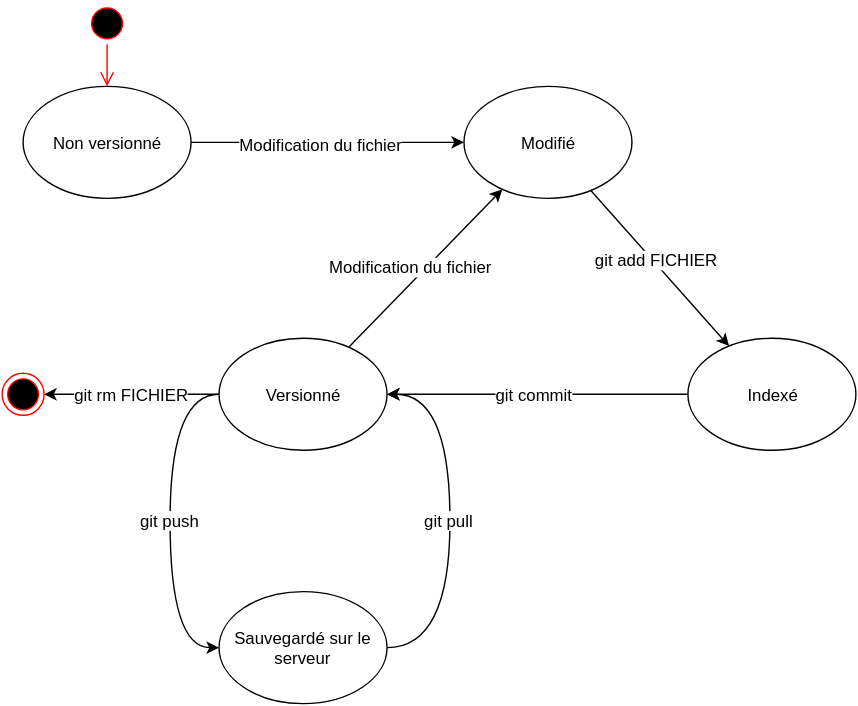
Earlier version of the draw.io export img/diagramme-etat-fichier.svg (SteeveDroz/tuto-git). Source tidied: cells renumbered, new cells last; positions are measured from the earlier drawing's top-left corner, leaving out a move shared by most shapes. Source of this version:
```xml
<mxGraphModel background="#ffffff">
  <root>
    <mxCell id="0" />
    <mxCell id="1" parent="0" />
    <mxCell id="2" style="ellipse;html=1;shape=startState;fillColor=#000000;strokeColor=#ff0000;" parent="1" vertex="1">
      <mxGeometry x="60" width="30" height="30" as="geometry" />
    </mxCell>
    <mxCell id="3" style="edgeStyle=orthogonalEdgeStyle;html=1;verticalAlign=bottom;endArrow=open;endSize=8;strokeColor=#ff0000;" parent="1" edge="1" source="2" target="6">
      <mxGeometry relative="1" as="geometry" />
    </mxCell>
    <mxCell id="4" style="edgeStyle=none;rounded=0;html=1;jettySize=auto;" parent="1" edge="1" source="6" target="9">
      <mxGeometry relative="1" as="geometry" />
    </mxCell>
    <mxCell id="5" value="Modification du fichier&lt;br&gt;" style="text;html=1;align=center;verticalAlign=middle;labelBackgroundColor=#ffffff;" parent="4" vertex="1">
      <mxGeometry x="-0.03" y="-1" relative="1" as="geometry" />
    </mxCell>
    <mxCell id="6" value="Non versionné&lt;br&gt;" style="ellipse;whiteSpace=wrap;html=1;" parent="1" vertex="1">
      <mxGeometry x="15" y="60" width="120" height="80" as="geometry" />
    </mxCell>
    <mxCell id="7" style="edgeStyle=none;rounded=0;html=1;jettySize=auto;" parent="1" edge="1" source="9" target="11">
      <mxGeometry relative="1" as="geometry" />
    </mxCell>
    <mxCell id="8" value="git add FICHIER&lt;br&gt;" style="text;html=1;align=center;verticalAlign=middle;labelBackgroundColor=#ffffff;" parent="7" vertex="1">
      <mxGeometry x="-0.09" y="2" relative="1" as="geometry" />
    </mxCell>
    <mxCell id="9" value="Modifié" style="ellipse;whiteSpace=wrap;html=1;" parent="1" vertex="1">
      <mxGeometry x="330" y="60" width="120" height="80" as="geometry" />
    </mxCell>
    <mxCell id="10" value="&lt;font style=&quot;font-size: 12px&quot;&gt;git commit&lt;br&gt;&lt;/font&gt;" style="edgeStyle=none;rounded=0;html=1;jettySize=auto;" parent="1" edge="1" source="11" target="16">
      <mxGeometry x="0.02" relative="1" as="geometry" />
    </mxCell>
    <mxCell id="11" value="Indexé" style="ellipse;whiteSpace=wrap;html=1;" parent="1" vertex="1">
      <mxGeometry x="490" y="240" width="120" height="80" as="geometry" />
    </mxCell>
    <mxCell id="12" style="edgeStyle=none;rounded=0;html=1;jettySize=auto;" parent="1" edge="1" source="16" target="9">
      <mxGeometry relative="1" as="geometry" />
    </mxCell>
    <mxCell id="13" value="Modification du fichier&lt;br&gt;" style="text;html=1;align=center;verticalAlign=middle;labelBackgroundColor=#ffffff;" parent="12" vertex="1">
      <mxGeometry x="0.26" relative="1" as="geometry">
        <mxPoint x="-24" y="13" as="offset" />
      </mxGeometry>
    </mxCell>
    <mxCell id="14" value="&lt;font style=&quot;font-size: 12px&quot;&gt;git push&lt;br&gt;&lt;/font&gt;" style="edgeStyle=orthogonalEdgeStyle;rounded=0;html=1;jettySize=auto;curved=1;" parent="1" edge="1" source="16" target="18">
      <mxGeometry relative="1" as="geometry">
        <Array as="points">
          <mxPoint x="120" y="280" />
          <mxPoint x="120" y="461" />
        </Array>
      </mxGeometry>
    </mxCell>
    <mxCell id="15" value="&lt;font style=&quot;font-size: 12px&quot;&gt;git rm FICHIER&lt;br&gt;&lt;/font&gt;" style="rounded=0;html=1;jettySize=auto;" parent="1" edge="1" source="16" target="19">
      <mxGeometry relative="1" as="geometry" />
    </mxCell>
    <mxCell id="16" value="Versionné" style="ellipse;whiteSpace=wrap;html=1;" parent="1" vertex="1">
      <mxGeometry x="155" y="240" width="120" height="80" as="geometry" />
    </mxCell>
    <mxCell id="17" value="&lt;font style=&quot;font-size: 12px&quot;&gt;git pull&lt;br&gt;&lt;/font&gt;" style="edgeStyle=orthogonalEdgeStyle;curved=1;rounded=0;html=1;jettySize=auto;" parent="1" edge="1" source="18" target="16">
      <mxGeometry relative="1" as="geometry">
        <Array as="points">
          <mxPoint x="320" y="461" />
          <mxPoint x="320" y="280" />
        </Array>
      </mxGeometry>
    </mxCell>
    <mxCell id="18" value="Sauvegardé sur le serveur&lt;br&gt;" style="ellipse;whiteSpace=wrap;html=1;" parent="1" vertex="1">
      <mxGeometry x="155" y="421" width="120" height="80" as="geometry" />
    </mxCell>
    <mxCell id="19" style="ellipse;html=1;shape=endState;fillColor=#000000;strokeColor=#ff0000;" parent="1" vertex="1">
      <mxGeometry y="265" width="30" height="30" as="geometry" />
    </mxCell>
  </root>
</mxGraphModel>
```
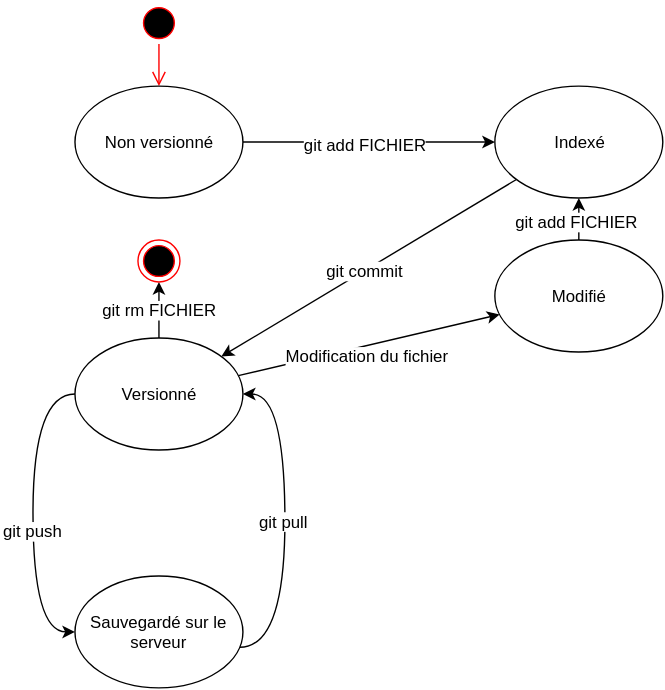
The same file after the commit.

Change to the diagram source:
```diff
@@ -3,19 +3,19 @@
     <mxCell id="0" />
     <mxCell id="1" parent="0" />
     <mxCell id="2" style="ellipse;html=1;shape=startState;fillColor=#000000;strokeColor=#ff0000;" parent="1" vertex="1">
-      <mxGeometry x="60" width="30" height="30" as="geometry" />
+      <mxGeometry x="95" width="30" height="30" as="geometry" />
     </mxCell>
     <mxCell id="3" style="edgeStyle=orthogonalEdgeStyle;html=1;verticalAlign=bottom;endArrow=open;endSize=8;strokeColor=#ff0000;" parent="1" edge="1" source="2" target="6">
       <mxGeometry relative="1" as="geometry" />
     </mxCell>
-    <mxCell id="4" style="edgeStyle=none;rounded=0;html=1;jettySize=auto;" parent="1" edge="1" source="6" target="9">
+    <mxCell id="4" style="edgeStyle=none;rounded=0;html=1;jettySize=auto;" parent="1" edge="1" source="6" target="11">
       <mxGeometry relative="1" as="geometry" />
     </mxCell>
-    <mxCell id="5" value="Modification du fichier&lt;br&gt;" style="text;html=1;align=center;verticalAlign=middle;labelBackgroundColor=#ffffff;" parent="4" vertex="1">
+    <mxCell id="5" value="git add FICHIER&lt;br&gt;" style="text;html=1;align=center;verticalAlign=middle;labelBackgroundColor=#ffffff;" parent="4" vertex="1">
       <mxGeometry x="-0.03" y="-1" relative="1" as="geometry" />
     </mxCell>
     <mxCell id="6" value="Non versionné&lt;br&gt;" style="ellipse;whiteSpace=wrap;html=1;" parent="1" vertex="1">
-      <mxGeometry x="15" y="60" width="120" height="80" as="geometry" />
+      <mxGeometry x="50" y="60" width="120" height="80" as="geometry" />
     </mxCell>
     <mxCell id="7" style="edgeStyle=none;rounded=0;html=1;jettySize=auto;" parent="1" edge="1" source="9" target="11">
       <mxGeometry relative="1" as="geometry" />
@@ -24,13 +24,13 @@
       <mxGeometry x="-0.09" y="2" relative="1" as="geometry" />
     </mxCell>
     <mxCell id="9" value="Modifié" style="ellipse;whiteSpace=wrap;html=1;" parent="1" vertex="1">
-      <mxGeometry x="330" y="60" width="120" height="80" as="geometry" />
+      <mxGeometry x="350" y="170" width="120" height="80" as="geometry" />
     </mxCell>
     <mxCell id="10" value="&lt;font style=&quot;font-size: 12px&quot;&gt;git commit&lt;br&gt;&lt;/font&gt;" style="edgeStyle=none;rounded=0;html=1;jettySize=auto;" parent="1" edge="1" source="11" target="16">
       <mxGeometry x="0.02" relative="1" as="geometry" />
     </mxCell>
     <mxCell id="11" value="Indexé" style="ellipse;whiteSpace=wrap;html=1;" parent="1" vertex="1">
-      <mxGeometry x="490" y="240" width="120" height="80" as="geometry" />
+      <mxGeometry x="350" y="60" width="120" height="80" as="geometry" />
     </mxCell>
     <mxCell id="12" style="edgeStyle=none;rounded=0;html=1;jettySize=auto;" parent="1" edge="1" source="16" target="9">
       <mxGeometry relative="1" as="geometry" />
@@ -41,10 +41,10 @@
       </mxGeometry>
     </mxCell>
     <mxCell id="14" value="&lt;font style=&quot;font-size: 12px&quot;&gt;git push&lt;br&gt;&lt;/font&gt;" style="edgeStyle=orthogonalEdgeStyle;rounded=0;html=1;jettySize=auto;curved=1;" parent="1" edge="1" source="16" target="18">
-      <mxGeometry relative="1" as="geometry">
+      <mxGeometry x="0.11" relative="1" as="geometry">
         <Array as="points">
-          <mxPoint x="120" y="280" />
-          <mxPoint x="120" y="461" />
+          <mxPoint x="20" y="280" />
+          <mxPoint x="20" y="450" />
         </Array>
       </mxGeometry>
     </mxCell>
@@ -52,21 +52,21 @@
       <mxGeometry relative="1" as="geometry" />
     </mxCell>
     <mxCell id="16" value="Versionné" style="ellipse;whiteSpace=wrap;html=1;" parent="1" vertex="1">
-      <mxGeometry x="155" y="240" width="120" height="80" as="geometry" />
+      <mxGeometry x="50" y="240" width="120" height="80" as="geometry" />
     </mxCell>
     <mxCell id="17" value="&lt;font style=&quot;font-size: 12px&quot;&gt;git pull&lt;br&gt;&lt;/font&gt;" style="edgeStyle=orthogonalEdgeStyle;curved=1;rounded=0;html=1;jettySize=auto;" parent="1" edge="1" source="18" target="16">
       <mxGeometry relative="1" as="geometry">
         <Array as="points">
-          <mxPoint x="320" y="461" />
-          <mxPoint x="320" y="280" />
+          <mxPoint x="200" y="461" />
+          <mxPoint x="200" y="280" />
         </Array>
       </mxGeometry>
     </mxCell>
     <mxCell id="18" value="Sauvegardé sur le serveur&lt;br&gt;" style="ellipse;whiteSpace=wrap;html=1;" parent="1" vertex="1">
-      <mxGeometry x="155" y="421" width="120" height="80" as="geometry" />
+      <mxGeometry x="50" y="410" width="120" height="80" as="geometry" />
     </mxCell>
     <mxCell id="19" style="ellipse;html=1;shape=endState;fillColor=#000000;strokeColor=#ff0000;" parent="1" vertex="1">
-      <mxGeometry y="265" width="30" height="30" as="geometry" />
+      <mxGeometry x="95" y="170" width="30" height="30" as="geometry" />
     </mxCell>
   </root>
 </mxGraphModel>
```
